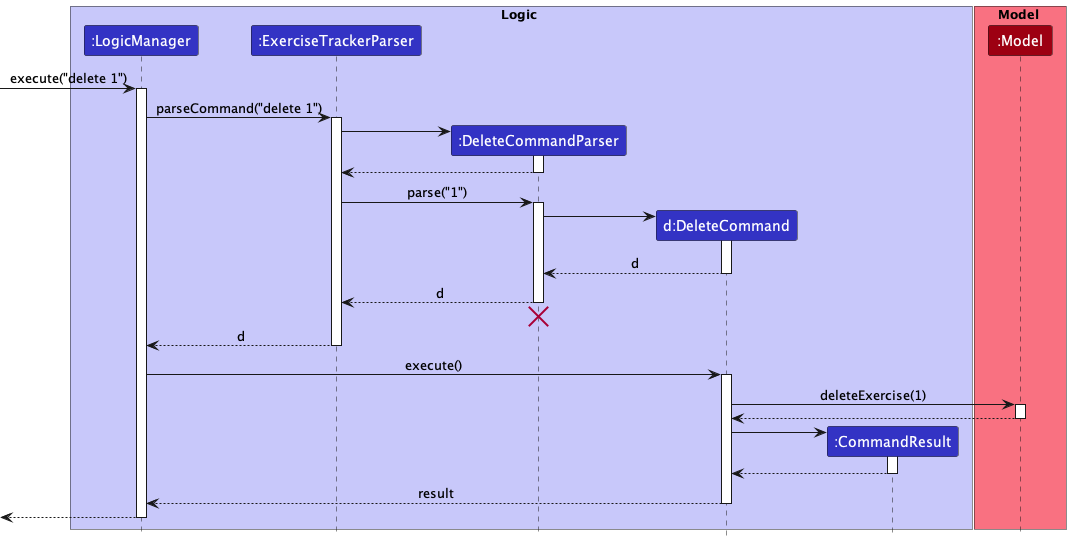
Before: docs/images/DeleteSequenceDiagram.png, a diagram exported from PlantUML (nus-cs2103-AY2223S1/tp).
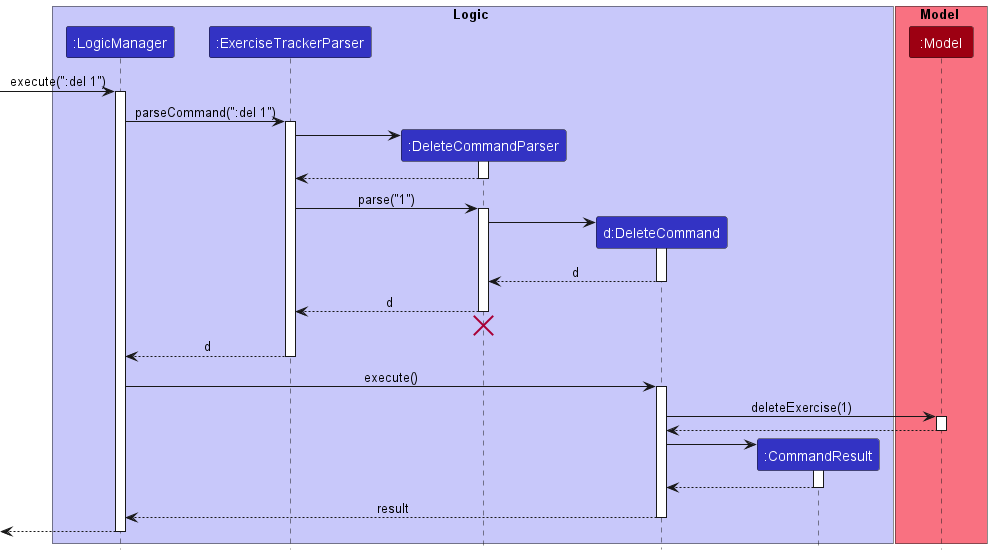
The same file after the commit.

Change to the diagram source:
```diff
@@ -13,10 +13,10 @@
 participant ":Model" as Model MODEL_COLOR
 end box
 
-[-> LogicManager : execute("delete 1")
+[-> LogicManager : execute(":del 1")
 activate LogicManager
 
-LogicManager -> ExerciseTrackerParser : parseCommand("delete 1")
+LogicManager -> ExerciseTrackerParser : parseCommand(":del 1")
 activate ExerciseTrackerParser
 
 create DeleteCommandParser
```
